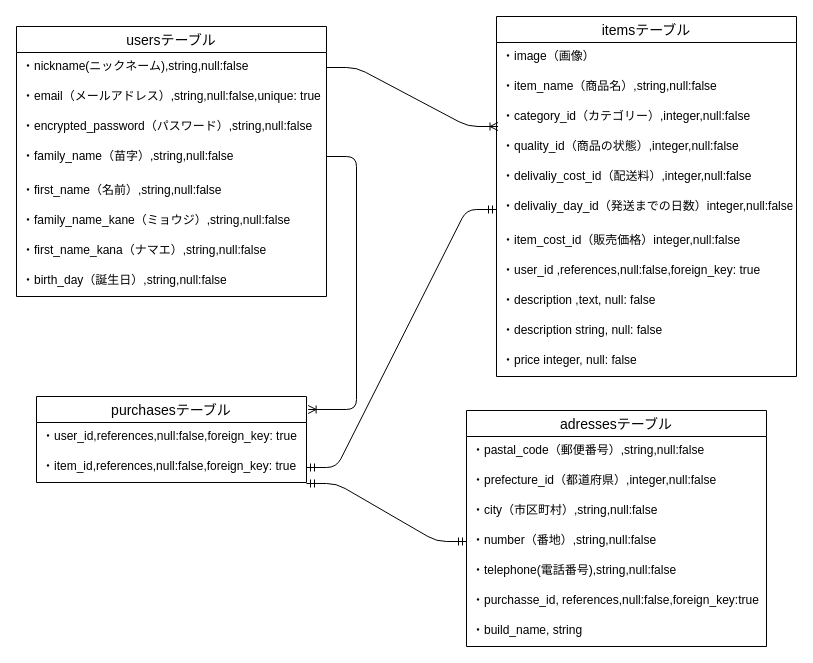
yuta-d/furima-34332 keeps this draw.io diagram as furima.dio. Above is the earlier version. Source tidied: cells renumbered, new cells numbered last; positions are measured from the earlier drawing's top-left corner, leaving out a move shared by most shapes. Both pictures are drawn from the tidied source at 100%, with x=0, y=0 at pixel (16, 16).
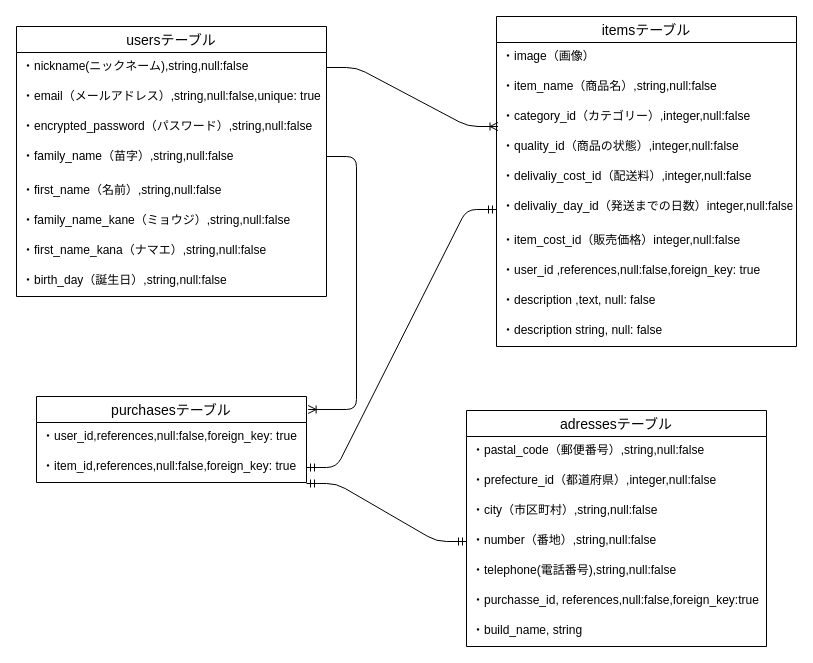
Above is the later version.

Commit message (it also covers changes not shown here):
データベース設計修正５

Diff of the diagram source:
```diff
@@
     <mxCell id="11" value="itemsテーブル" style="swimlane;fontStyle=0;horizontal=1;startSize=26;align=center;fontSize=14;" parent="1" vertex="1">
-      <mxGeometry x="480" width="300" height="360" as="geometry" />
+      <mxGeometry x="480" width="300" height="330" as="geometry" />
     </mxCell>
@@
-    <mxCell id="22" value="・price integer, null: false" style="text;strokeColor=none;fillColor=none;spacingLeft=4;spacingRight=4;overflow=hidden;fontSize=12;" parent="11" vertex="1">
-      <mxGeometry y="330" width="300" height="30" as="geometry" />
-    </mxCell>
```
